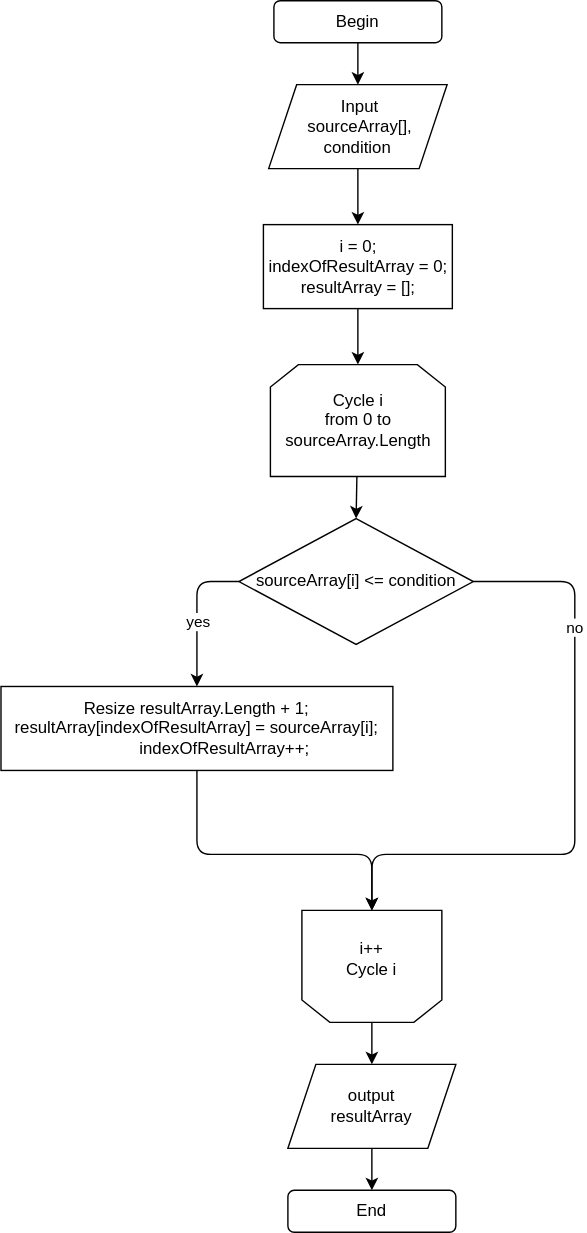
caregor/Final_Test_Work_1Q keeps this draw.io diagram as FlowChart/image/diagram.svg. Above is the earlier version. Source tidied: cells renumbered, new cells last; positions are measured from the earlier drawing's top-left corner, leaving out a move shared by most shapes. The source it was exported from:
```xml
<mxGraphModel>
  <root>
    <mxCell id="0" />
    <mxCell id="1" parent="0" />
    <mxCell id="2" style="edgeStyle=none;html=1;entryX=0.5;entryY=0;entryDx=0;entryDy=0;" parent="1" edge="1" source="3" target="17">
      <mxGeometry relative="1" as="geometry" />
    </mxCell>
    <mxCell id="3" value="Begin" style="rounded=1;whiteSpace=wrap;html=1;" parent="1" vertex="1">
      <mxGeometry x="195" width="120" height="30" as="geometry" />
    </mxCell>
    <mxCell id="4" style="edgeStyle=none;html=1;entryX=0.5;entryY=0;entryDx=0;entryDy=0;" parent="1" edge="1" source="8" target="10">
      <mxGeometry relative="1" as="geometry">
        <Array as="points">
          <mxPoint x="140" y="415" />
        </Array>
      </mxGeometry>
    </mxCell>
    <mxCell id="5" value="yes" style="edgeLabel;html=1;align=center;verticalAlign=middle;" parent="4" vertex="1">
      <mxGeometry x="0.1" relative="1" as="geometry" />
    </mxCell>
    <mxCell id="6" style="edgeStyle=none;html=1;entryX=0.5;entryY=1;entryDx=0;entryDy=0;" parent="1" edge="1" source="8" target="14">
      <mxGeometry relative="1" as="geometry">
        <Array as="points">
          <mxPoint x="410" y="415" />
          <mxPoint x="410" y="610" />
          <mxPoint x="265" y="610" />
        </Array>
      </mxGeometry>
    </mxCell>
    <mxCell id="7" value="no" style="edgeLabel;html=1;align=center;verticalAlign=middle;" parent="6" vertex="1">
      <mxGeometry x="-0.54" y="-1" relative="1" as="geometry" />
    </mxCell>
    <mxCell id="8" value="sourceArray[i] &amp;lt;= condition" style="rhombus;whiteSpace=wrap;html=1;" parent="1" vertex="1">
      <mxGeometry x="170" y="370" width="167.5" height="90" as="geometry" />
    </mxCell>
    <mxCell id="9" style="edgeStyle=none;html=1;entryX=0.5;entryY=1;entryDx=0;entryDy=0;" parent="1" edge="1" source="10" target="14">
      <mxGeometry relative="1" as="geometry">
        <Array as="points">
          <mxPoint x="140" y="610" />
          <mxPoint x="265" y="610" />
        </Array>
      </mxGeometry>
    </mxCell>
    <mxCell id="10" value="Resize resultArray.Length + 1;&lt;br&gt;&lt;div&gt;resultArray[indexOfResultArray] = sourceArray[i];&lt;/div&gt;&lt;div&gt;&amp;nbsp; &amp;nbsp; &amp;nbsp; &amp;nbsp; &amp;nbsp; &amp;nbsp; indexOfResultArray++;&lt;/div&gt;" style="rounded=0;whiteSpace=wrap;html=1;" parent="1" vertex="1">
      <mxGeometry y="490" width="280" height="60" as="geometry" />
    </mxCell>
    <mxCell id="11" style="edgeStyle=none;html=1;entryX=0.5;entryY=0;entryDx=0;entryDy=0;" parent="1" edge="1" source="12" target="8">
      <mxGeometry relative="1" as="geometry" />
    </mxCell>
    <mxCell id="12" value="Cycle i&lt;br&gt;from 0 to sourceArray.Length" style="shape=loopLimit;whiteSpace=wrap;html=1;" parent="1" vertex="1">
      <mxGeometry x="192.5" y="260" width="125" height="80" as="geometry" />
    </mxCell>
    <mxCell id="13" style="group;" parent="1" vertex="1">
      <mxGeometry x="215" y="650" width="100" height="80" as="geometry" />
    </mxCell>
    <mxCell id="14" style="shape=loopLimit;whiteSpace=wrap;html=1;rotation=-180;" parent="13" vertex="1">
      <mxGeometry width="100" height="80" as="geometry" />
    </mxCell>
    <mxCell id="15" value="i++&lt;br&gt;Cycle i" style="text;html=1;strokeColor=none;fillColor=none;align=center;verticalAlign=middle;whiteSpace=wrap;rounded=0;" parent="13" vertex="1">
      <mxGeometry x="20" y="20" width="60" height="30" as="geometry" />
    </mxCell>
    <mxCell id="16" style="edgeStyle=none;html=1;entryX=0.5;entryY=0;entryDx=0;entryDy=0;" parent="1" edge="1" source="17" target="19">
      <mxGeometry relative="1" as="geometry" />
    </mxCell>
    <mxCell id="17" value="&lt;span&gt;&amp;nbsp;Input&lt;br&gt;&amp;nbsp;sourceArray[],&lt;br&gt;condition&lt;br&gt;&lt;/span&gt;" style="shape=parallelogram;perimeter=parallelogramPerimeter;whiteSpace=wrap;html=1;fixedSize=1;" parent="1" vertex="1">
      <mxGeometry x="191.2" y="60" width="127.5" height="60" as="geometry" />
    </mxCell>
    <mxCell id="18" style="edgeStyle=none;html=1;entryX=0.5;entryY=0;entryDx=0;entryDy=0;" parent="1" edge="1" source="19" target="12">
      <mxGeometry relative="1" as="geometry" />
    </mxCell>
    <mxCell id="19" value="&lt;span&gt;i = 0;&lt;/span&gt;&lt;br&gt;&lt;span&gt;indexOfResultArray = 0;&lt;/span&gt;&lt;br&gt;&lt;span&gt;resultArray = [];&lt;/span&gt;" style="rounded=0;whiteSpace=wrap;html=1;" parent="1" vertex="1">
      <mxGeometry x="187.5" y="160" width="135" height="60" as="geometry" />
    </mxCell>
    <mxCell id="20" style="edgeStyle=none;html=1;entryX=0.5;entryY=0;entryDx=0;entryDy=0;" parent="1" edge="1" source="21" target="23">
      <mxGeometry relative="1" as="geometry" />
    </mxCell>
    <mxCell id="21" value="output&lt;br&gt;resultArray" style="shape=parallelogram;perimeter=parallelogramPerimeter;whiteSpace=wrap;html=1;fixedSize=1;" parent="1" vertex="1">
      <mxGeometry x="205" y="760" width="120" height="60" as="geometry" />
    </mxCell>
    <mxCell id="22" style="edgeStyle=none;html=1;entryX=0.5;entryY=0;entryDx=0;entryDy=0;" parent="1" edge="1" source="14" target="21">
      <mxGeometry relative="1" as="geometry" />
    </mxCell>
    <mxCell id="23" value="End" style="rounded=1;whiteSpace=wrap;html=1;" parent="1" vertex="1">
      <mxGeometry x="205" y="850" width="120" height="30" as="geometry" />
    </mxCell>
  </root>
</mxGraphModel>
```
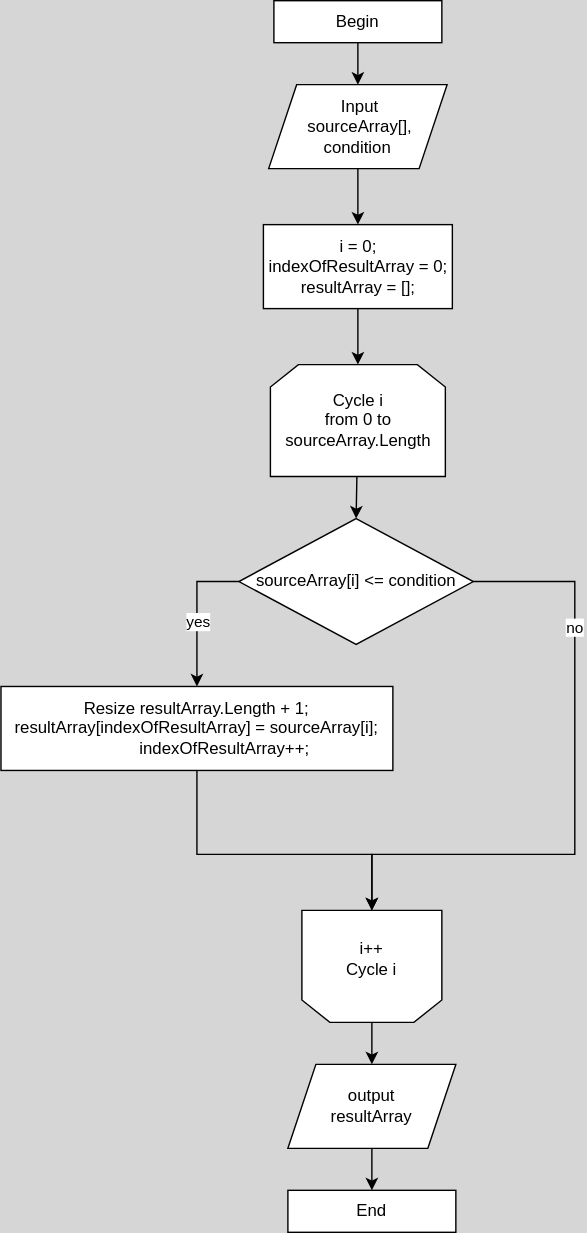
Above is the later version.

Change to the diagram source:
```diff
@@ -1,24 +1,24 @@
-<mxGraphModel>
+<mxGraphModel background="#D6D6D6">
   <root>
     <mxCell id="0" />
     <mxCell id="1" parent="0" />
-    <mxCell id="2" style="edgeStyle=none;html=1;entryX=0.5;entryY=0;entryDx=0;entryDy=0;" parent="1" edge="1" source="3" target="17">
+    <mxCell id="2" style="edgeStyle=none;html=1;entryX=0.5;entryY=0;entryDx=0;entryDy=0;rounded=0;" parent="1" edge="1" source="3" target="17">
       <mxGeometry relative="1" as="geometry" />
     </mxCell>
-    <mxCell id="3" value="Begin" style="rounded=1;whiteSpace=wrap;html=1;" parent="1" vertex="1">
+    <mxCell id="3" value="Begin" style="rounded=0;whiteSpace=wrap;html=1;" parent="1" vertex="1">
       <mxGeometry x="195" width="120" height="30" as="geometry" />
     </mxCell>
-    <mxCell id="4" style="edgeStyle=none;html=1;entryX=0.5;entryY=0;entryDx=0;entryDy=0;" parent="1" edge="1" source="8" target="10">
+    <mxCell id="4" style="edgeStyle=none;html=1;entryX=0.5;entryY=0;entryDx=0;entryDy=0;rounded=0;" parent="1" edge="1" source="8" target="10">
       <mxGeometry relative="1" as="geometry">
         <Array as="points">
           <mxPoint x="140" y="415" />
         </Array>
       </mxGeometry>
     </mxCell>
-    <mxCell id="5" value="yes" style="edgeLabel;html=1;align=center;verticalAlign=middle;" parent="4" vertex="1">
+    <mxCell id="5" value="yes" style="edgeLabel;html=1;align=center;verticalAlign=middle;rounded=0;" parent="4" vertex="1">
       <mxGeometry x="0.1" relative="1" as="geometry" />
     </mxCell>
-    <mxCell id="6" style="edgeStyle=none;html=1;entryX=0.5;entryY=1;entryDx=0;entryDy=0;" parent="1" edge="1" source="8" target="14">
+    <mxCell id="6" style="edgeStyle=none;html=1;entryX=0.5;entryY=1;entryDx=0;entryDy=0;rounded=0;" parent="1" edge="1" source="8" target="14">
       <mxGeometry relative="1" as="geometry">
         <Array as="points">
           <mxPoint x="410" y="415" />
@@ -27,13 +27,13 @@
         </Array>
       </mxGeometry>
     </mxCell>
-    <mxCell id="7" value="no" style="edgeLabel;html=1;align=center;verticalAlign=middle;" parent="6" vertex="1">
+    <mxCell id="7" value="no" style="edgeLabel;html=1;align=center;verticalAlign=middle;rounded=0;" parent="6" vertex="1">
       <mxGeometry x="-0.54" y="-1" relative="1" as="geometry" />
     </mxCell>
-    <mxCell id="8" value="sourceArray[i] &amp;lt;= condition" style="rhombus;whiteSpace=wrap;html=1;" parent="1" vertex="1">
+    <mxCell id="8" value="sourceArray[i] &amp;lt;= condition" style="rhombus;whiteSpace=wrap;html=1;rounded=0;" parent="1" vertex="1">
       <mxGeometry x="170" y="370" width="167.5" height="90" as="geometry" />
     </mxCell>
-    <mxCell id="9" style="edgeStyle=none;html=1;entryX=0.5;entryY=1;entryDx=0;entryDy=0;" parent="1" edge="1" source="10" target="14">
+    <mxCell id="9" style="edgeStyle=none;html=1;entryX=0.5;entryY=1;entryDx=0;entryDy=0;rounded=0;" parent="1" edge="1" source="10" target="14">
       <mxGeometry relative="1" as="geometry">
         <Array as="points">
           <mxPoint x="140" y="610" />
@@ -44,43 +44,43 @@
     <mxCell id="10" value="Resize resultArray.Length + 1;&lt;br&gt;&lt;div&gt;resultArray[indexOfResultArray] = sourceArray[i];&lt;/div&gt;&lt;div&gt;&amp;nbsp; &amp;nbsp; &amp;nbsp; &amp;nbsp; &amp;nbsp; &amp;nbsp; indexOfResultArray++;&lt;/div&gt;" style="rounded=0;whiteSpace=wrap;html=1;" parent="1" vertex="1">
       <mxGeometry y="490" width="280" height="60" as="geometry" />
     </mxCell>
-    <mxCell id="11" style="edgeStyle=none;html=1;entryX=0.5;entryY=0;entryDx=0;entryDy=0;" parent="1" edge="1" source="12" target="8">
+    <mxCell id="11" style="edgeStyle=none;html=1;entryX=0.5;entryY=0;entryDx=0;entryDy=0;rounded=0;" parent="1" edge="1" source="12" target="8">
       <mxGeometry relative="1" as="geometry" />
     </mxCell>
-    <mxCell id="12" value="Cycle i&lt;br&gt;from 0 to sourceArray.Length" style="shape=loopLimit;whiteSpace=wrap;html=1;" parent="1" vertex="1">
+    <mxCell id="12" value="Cycle i&lt;br&gt;from 0 to sourceArray.Length" style="shape=loopLimit;whiteSpace=wrap;html=1;rounded=0;" parent="1" vertex="1">
       <mxGeometry x="192.5" y="260" width="125" height="80" as="geometry" />
     </mxCell>
-    <mxCell id="13" style="group;" parent="1" vertex="1">
+    <mxCell id="13" style="group;rounded=0;" parent="1" vertex="1">
       <mxGeometry x="215" y="650" width="100" height="80" as="geometry" />
     </mxCell>
-    <mxCell id="14" style="shape=loopLimit;whiteSpace=wrap;html=1;rotation=-180;" parent="13" vertex="1">
+    <mxCell id="14" style="shape=loopLimit;whiteSpace=wrap;html=1;rotation=-180;rounded=0;" parent="13" vertex="1">
       <mxGeometry width="100" height="80" as="geometry" />
     </mxCell>
     <mxCell id="15" value="i++&lt;br&gt;Cycle i" style="text;html=1;strokeColor=none;fillColor=none;align=center;verticalAlign=middle;whiteSpace=wrap;rounded=0;" parent="13" vertex="1">
       <mxGeometry x="20" y="20" width="60" height="30" as="geometry" />
     </mxCell>
-    <mxCell id="16" style="edgeStyle=none;html=1;entryX=0.5;entryY=0;entryDx=0;entryDy=0;" parent="1" edge="1" source="17" target="19">
+    <mxCell id="16" style="edgeStyle=none;html=1;entryX=0.5;entryY=0;entryDx=0;entryDy=0;rounded=0;" parent="1" edge="1" source="17" target="19">
       <mxGeometry relative="1" as="geometry" />
     </mxCell>
-    <mxCell id="17" value="&lt;span&gt;&amp;nbsp;Input&lt;br&gt;&amp;nbsp;sourceArray[],&lt;br&gt;condition&lt;br&gt;&lt;/span&gt;" style="shape=parallelogram;perimeter=parallelogramPerimeter;whiteSpace=wrap;html=1;fixedSize=1;" parent="1" vertex="1">
+    <mxCell id="17" value="&lt;span&gt;&amp;nbsp;Input&lt;br&gt;&amp;nbsp;sourceArray[],&lt;br&gt;condition&lt;br&gt;&lt;/span&gt;" style="shape=parallelogram;perimeter=parallelogramPerimeter;whiteSpace=wrap;html=1;fixedSize=1;rounded=0;" parent="1" vertex="1">
       <mxGeometry x="191.2" y="60" width="127.5" height="60" as="geometry" />
     </mxCell>
-    <mxCell id="18" style="edgeStyle=none;html=1;entryX=0.5;entryY=0;entryDx=0;entryDy=0;" parent="1" edge="1" source="19" target="12">
+    <mxCell id="18" style="edgeStyle=none;html=1;entryX=0.5;entryY=0;entryDx=0;entryDy=0;rounded=0;" parent="1" edge="1" source="19" target="12">
       <mxGeometry relative="1" as="geometry" />
     </mxCell>
     <mxCell id="19" value="&lt;span&gt;i = 0;&lt;/span&gt;&lt;br&gt;&lt;span&gt;indexOfResultArray = 0;&lt;/span&gt;&lt;br&gt;&lt;span&gt;resultArray = [];&lt;/span&gt;" style="rounded=0;whiteSpace=wrap;html=1;" parent="1" vertex="1">
       <mxGeometry x="187.5" y="160" width="135" height="60" as="geometry" />
     </mxCell>
-    <mxCell id="20" style="edgeStyle=none;html=1;entryX=0.5;entryY=0;entryDx=0;entryDy=0;" parent="1" edge="1" source="21" target="23">
+    <mxCell id="20" style="edgeStyle=none;html=1;entryX=0.5;entryY=0;entryDx=0;entryDy=0;rounded=0;" parent="1" edge="1" source="21" target="23">
       <mxGeometry relative="1" as="geometry" />
     </mxCell>
-    <mxCell id="21" value="output&lt;br&gt;resultArray" style="shape=parallelogram;perimeter=parallelogramPerimeter;whiteSpace=wrap;html=1;fixedSize=1;" parent="1" vertex="1">
+    <mxCell id="21" value="output&lt;br&gt;resultArray" style="shape=parallelogram;perimeter=parallelogramPerimeter;whiteSpace=wrap;html=1;fixedSize=1;rounded=0;" parent="1" vertex="1">
       <mxGeometry x="205" y="760" width="120" height="60" as="geometry" />
     </mxCell>
-    <mxCell id="22" style="edgeStyle=none;html=1;entryX=0.5;entryY=0;entryDx=0;entryDy=0;" parent="1" edge="1" source="14" target="21">
+    <mxCell id="22" style="edgeStyle=none;html=1;entryX=0.5;entryY=0;entryDx=0;entryDy=0;rounded=0;" parent="1" edge="1" source="14" target="21">
       <mxGeometry relative="1" as="geometry" />
     </mxCell>
-    <mxCell id="23" value="End" style="rounded=1;whiteSpace=wrap;html=1;" parent="1" vertex="1">
+    <mxCell id="23" value="End" style="rounded=0;whiteSpace=wrap;html=1;" parent="1" vertex="1">
       <mxGeometry x="205" y="850" width="120" height="30" as="geometry" />
     </mxCell>
   </root>
```
